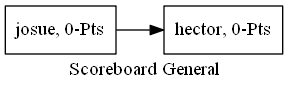
This is Reportes/scoreboardGeneral.png from hr9457/EDD_1S2020_PY1_201314296, a Graphviz export, as it was before one commit. Its source is kept beside it as ArchivosDot/scoreboardGeneral.dot.
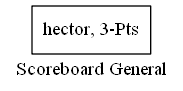
The same file after the commit.

Change to the diagram source:
```diff
@@ -1,7 +1,5 @@
 digraph Scoreboard {
 rankdir=LR;
-Nodo0[shape=record,label="josue, 0-Pts"];
-Nodo1[shape=record,label="hector, 0-Pts"];
-Nodo0->Nodo1;
+Nodo0[shape=record,label="hector, 3-Pts"];
 label="Scoreboard General";
 }
```
